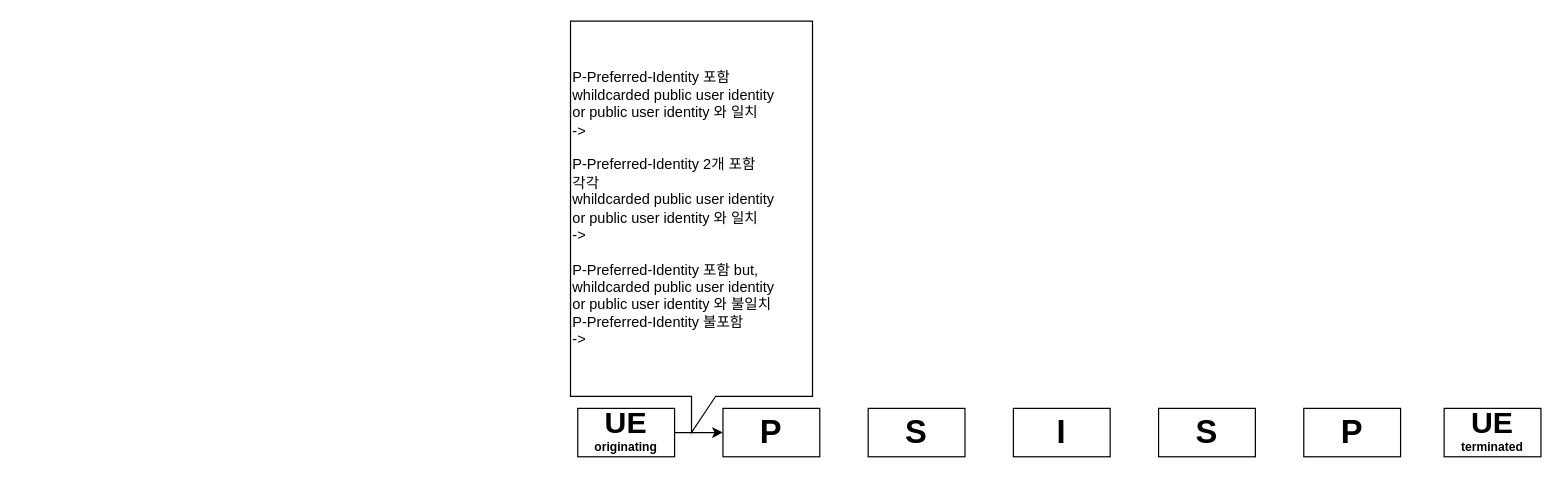
The draw.io diagram 3gpp.24.229.i40.drawio in JaeHyeon774/NEWTIL, before the edit. Source tidied: cells renumbered, new cells numbered last; positions are measured from the earlier drawing's top-left corner, leaving out a move shared by most shapes. Both pictures are drawn from the tidied source at 121%, with x=0, y=0 at pixel (570, 21).
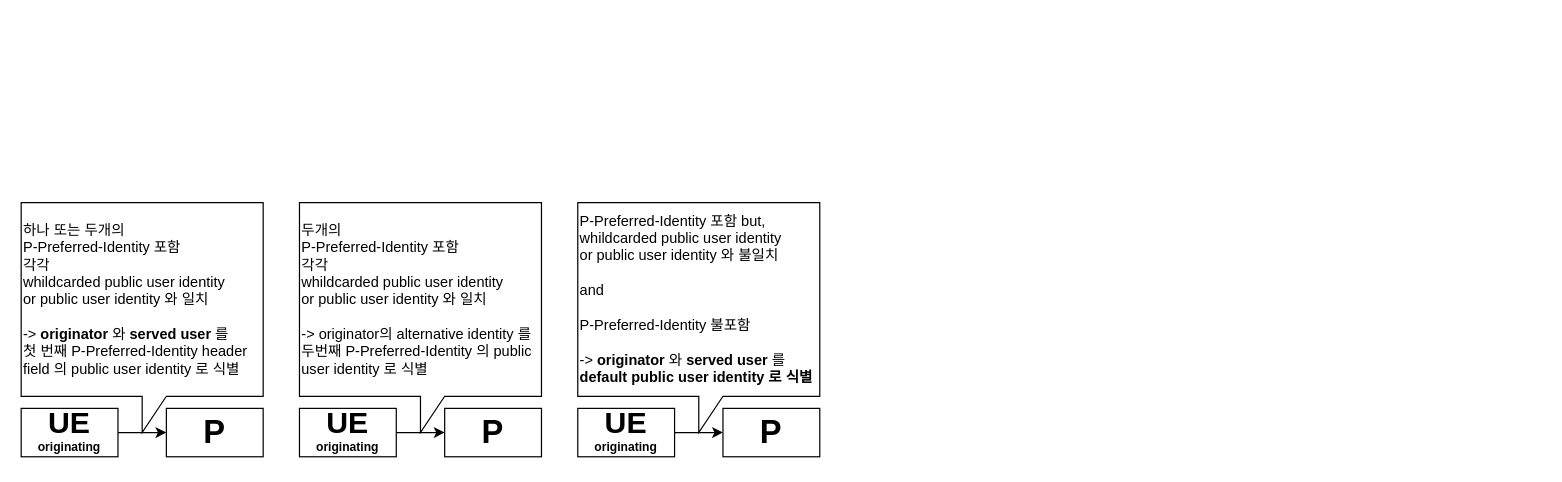
The same diagram, later.

Diff of the diagram source:
```diff
@@
 <mxGraphModel>
   <root>
     <mxCell id="0" />
     <mxCell id="1" parent="0" />
     <mxCell id="2" style="edgeStyle=orthogonalEdgeStyle;rounded=0;jettySize=auto;html=1;exitX=1;exitY=0.5;exitDx=0;exitDy=0;entryX=0;entryY=0.5;entryDx=0;entryDy=0;" parent="1" edge="1" source="3" target="4">
       <mxGeometry relative="1" as="geometry" />
     </mxCell>
     <mxCell id="3" value="&lt;font size=&quot;1&quot; style=&quot;&quot;&gt;&lt;b style=&quot;font-size: 25px;&quot;&gt;UE&lt;/b&gt;&lt;/font&gt;&lt;div&gt;&lt;font size=&quot;1&quot; style=&quot;&quot;&gt;&lt;b style=&quot;font-size: 12px;&quot;&gt;&lt;sup&gt;originating&lt;/sup&gt;&lt;/b&gt;&lt;/font&gt;&lt;/div&gt;" style="rounded=0;whiteSpace=wrap;html=1;" parent="1" vertex="1">
       <mxGeometry x="6" y="320" width="80" height="40" as="geometry" />
     </mxCell>
     <mxCell id="4" value="&lt;font style=&quot;font-size: 27px;&quot;&gt;&lt;b&gt;P&lt;/b&gt;&lt;/font&gt;" style="rounded=0;whiteSpace=wrap;html=1;" parent="1" vertex="1">
       <mxGeometry x="126" y="320" width="80" height="40" as="geometry" />
     </mxCell>
-    <mxCell id="5" value="&lt;font style=&quot;font-size: 27px;&quot;&gt;&lt;b&gt;S&lt;/b&gt;&lt;/font&gt;" style="rounded=0;whiteSpace=wrap;html=1;" parent="1" vertex="1">
-      <mxGeometry x="246" y="320" width="80" height="40" as="geometry" />
-    </mxCell>
-    <mxCell id="6" value="&lt;font style=&quot;font-size: 27px;&quot;&gt;&lt;b&gt;I&lt;/b&gt;&lt;/font&gt;" style="rounded=0;whiteSpace=wrap;html=1;" parent="1" vertex="1">
-      <mxGeometry x="366" y="320" width="80" height="40" as="geometry" />
-    </mxCell>
-    <mxCell id="7" value="&lt;font style=&quot;font-size: 27px;&quot;&gt;&lt;b&gt;S&lt;/b&gt;&lt;/font&gt;" style="rounded=0;whiteSpace=wrap;html=1;" parent="1" vertex="1">
-      <mxGeometry x="486" y="320" width="80" height="40" as="geometry" />
-    </mxCell>
-    <mxCell id="8" value="&lt;font style=&quot;font-size: 27px;&quot;&gt;&lt;b&gt;P&lt;/b&gt;&lt;/font&gt;" style="rounded=0;whiteSpace=wrap;html=1;" parent="1" vertex="1">
-      <mxGeometry x="606" y="320" width="80" height="40" as="geometry" />
-    </mxCell>
-    <mxCell id="9" value="&lt;b style=&quot;font-size: 25px;&quot;&gt;UE&lt;/b&gt;&lt;br&gt;&lt;b style=&quot;&quot;&gt;&lt;sup style=&quot;&quot;&gt;&lt;font style=&quot;font-size: 10px;&quot;&gt;terminated&lt;/font&gt;&lt;/sup&gt;&lt;/b&gt;" style="rounded=0;whiteSpace=wrap;html=1;" parent="1" vertex="1">
-      <mxGeometry x="722" y="320" width="80" height="40" as="geometry" />
-    </mxCell>
-    <mxCell id="10" value="P-Preferred-Identity 포함&lt;div&gt;&lt;div&gt;whildcarded public user identity&amp;nbsp;&lt;/div&gt;&lt;div&gt;or&amp;nbsp;&lt;span style=&quot;background-color: initial;&quot;&gt;public user identity&lt;/span&gt;&lt;span style=&quot;background-color: initial;&quot;&gt;&amp;nbsp;와 일치&amp;nbsp;&lt;/span&gt;&lt;/div&gt;&lt;div&gt;&lt;span style=&quot;background-color: initial;&quot;&gt;-&amp;gt;&amp;nbsp;&lt;/span&gt;&lt;/div&gt;&lt;div&gt;&lt;br&gt;&lt;/div&gt;&lt;div&gt;P-Preferred-Identity 2개 포함&lt;div&gt;&lt;div&gt;각각 &lt;br&gt;whildcarded public user identity&amp;nbsp;&lt;/div&gt;&lt;div&gt;or&amp;nbsp;&lt;span style=&quot;background-color: initial;&quot;&gt;public user identity&lt;/span&gt;&lt;span style=&quot;background-color: initial;&quot;&gt;&amp;nbsp;와 일치&lt;/span&gt;&lt;/div&gt;&lt;/div&gt;&lt;/div&gt;&lt;div&gt;-&amp;gt;&amp;nbsp;&lt;/div&gt;&lt;div&gt;&lt;br&gt;&lt;div&gt;P-Preferred-Identity 포함 but, whildcarded public user identity&amp;nbsp;&lt;/div&gt;&lt;div&gt;or&amp;nbsp;&lt;span style=&quot;background-color: initial;&quot;&gt;public user identity&lt;/span&gt;&lt;span style=&quot;background-color: initial;&quot;&gt;&amp;nbsp;와 불일치&amp;nbsp;&lt;/span&gt;&lt;/div&gt;&lt;div&gt;P-Preferred-Identity 불포함&lt;/div&gt;&lt;/div&gt;&lt;/div&gt;&lt;div&gt;-&amp;gt;&amp;nbsp;&lt;/div&gt;" style="shape=callout;whiteSpace=wrap;html=1;perimeter=calloutPerimeter;align=left;" parent="1" vertex="1">
-      <mxGeometry width="200" height="340" as="geometry" />
+    <mxCell id="10" value="&lt;div&gt;&lt;div&gt;&lt;div&gt;P-Preferred-Identity 포함 but, whildcarded public user identity&amp;nbsp;&lt;/div&gt;&lt;div&gt;or&amp;nbsp;&lt;span style=&quot;background-color: initial;&quot;&gt;public user identity&lt;/span&gt;&lt;span style=&quot;background-color: initial;&quot;&gt;&amp;nbsp;와 불일치&amp;nbsp;&lt;/span&gt;&lt;/div&gt;&lt;div&gt;&lt;br&gt;&lt;/div&gt;&lt;div&gt;and&lt;br&gt;&lt;br&gt;&lt;/div&gt;&lt;div&gt;P-Preferred-Identity 불포함&lt;/div&gt;&lt;/div&gt;&lt;/div&gt;&lt;div&gt;&lt;br&gt;&lt;/div&gt;&lt;div&gt;-&amp;gt;&amp;nbsp;&lt;strong style=&quot;background-color: initial;&quot;&gt;originator&lt;/strong&gt;&lt;span style=&quot;background-color: initial;&quot;&gt; 와 &lt;/span&gt;&lt;strong style=&quot;background-color: initial;&quot;&gt;served user&lt;/strong&gt;&lt;span style=&quot;background-color: initial;&quot;&gt; 를 &lt;/span&gt;&lt;strong style=&quot;background-color: initial;&quot;&gt;default public user identity 로 식별&lt;/strong&gt;&lt;/div&gt;" style="shape=callout;whiteSpace=wrap;html=1;perimeter=calloutPerimeter;align=left;" parent="1" vertex="1">
+      <mxGeometry x="6" y="150" width="200" height="190" as="geometry" />
     </mxCell>
+    <mxCell id="11" style="edgeStyle=orthogonalEdgeStyle;rounded=0;jettySize=auto;html=1;exitX=1;exitY=0.5;exitDx=0;exitDy=0;entryX=0;entryY=0.5;entryDx=0;entryDy=0;" parent="1" edge="1" source="12" target="13">
+      <mxGeometry relative="1" as="geometry" />
+    </mxCell>
+    <mxCell id="12" value="&lt;font size=&quot;1&quot; style=&quot;&quot;&gt;&lt;b style=&quot;font-size: 25px;&quot;&gt;UE&lt;/b&gt;&lt;/font&gt;&lt;div&gt;&lt;font size=&quot;1&quot; style=&quot;&quot;&gt;&lt;b style=&quot;font-size: 12px;&quot;&gt;&lt;sup&gt;originating&lt;/sup&gt;&lt;/b&gt;&lt;/font&gt;&lt;/div&gt;" style="rounded=0;whiteSpace=wrap;html=1;" parent="1" vertex="1">
+      <mxGeometry x="-224" y="320" width="80" height="40" as="geometry" />
+    </mxCell>
+    <mxCell id="13" value="&lt;font style=&quot;font-size: 27px;&quot;&gt;&lt;b&gt;P&lt;/b&gt;&lt;/font&gt;" style="rounded=0;whiteSpace=wrap;html=1;" parent="1" vertex="1">
+      <mxGeometry x="-104" y="320" width="80" height="40" as="geometry" />
+    </mxCell>
+    <mxCell id="14" style="edgeStyle=orthogonalEdgeStyle;rounded=0;jettySize=auto;html=1;exitX=1;exitY=0.5;exitDx=0;exitDy=0;entryX=0;entryY=0.5;entryDx=0;entryDy=0;" parent="1" edge="1" source="15" target="16">
+      <mxGeometry relative="1" as="geometry" />
+    </mxCell>
+    <mxCell id="15" value="&lt;font size=&quot;1&quot; style=&quot;&quot;&gt;&lt;b style=&quot;font-size: 25px;&quot;&gt;UE&lt;/b&gt;&lt;/font&gt;&lt;div&gt;&lt;font size=&quot;1&quot; style=&quot;&quot;&gt;&lt;b style=&quot;font-size: 12px;&quot;&gt;&lt;sup&gt;originating&lt;/sup&gt;&lt;/b&gt;&lt;/font&gt;&lt;/div&gt;" style="rounded=0;whiteSpace=wrap;html=1;" parent="1" vertex="1">
+      <mxGeometry x="-454" y="320" width="80" height="40" as="geometry" />
+    </mxCell>
+    <mxCell id="16" value="&lt;font style=&quot;font-size: 27px;&quot;&gt;&lt;b&gt;P&lt;/b&gt;&lt;/font&gt;" style="rounded=0;whiteSpace=wrap;html=1;" parent="1" vertex="1">
+      <mxGeometry x="-334" y="320" width="80" height="40" as="geometry" />
+    </mxCell>
+    <mxCell id="17" value="&lt;div&gt;두개의&lt;/div&gt;&lt;div&gt;&lt;span style=&quot;background-color: initial;&quot;&gt;P-Preferred-Identity 포함&lt;/span&gt;&lt;br&gt;&lt;/div&gt;&lt;div&gt;&lt;div&gt;&lt;div&gt;각각 &lt;br&gt;whildcarded public user identity&amp;nbsp;&lt;/div&gt;&lt;div&gt;or&amp;nbsp;&lt;span style=&quot;background-color: initial;&quot;&gt;public user identity&lt;/span&gt;&lt;span style=&quot;background-color: initial;&quot;&gt;&amp;nbsp;와 일치&lt;/span&gt;&lt;/div&gt;&lt;/div&gt;&lt;/div&gt;&lt;div&gt;&lt;br&gt;&lt;/div&gt;&lt;div&gt;-&amp;gt; originator의 alternative identity 를 두번째 P-Preferred-Identity 의 public user identity 로 식별&lt;/div&gt;&lt;div&gt;&lt;/div&gt;" style="shape=callout;whiteSpace=wrap;html=1;perimeter=calloutPerimeter;align=left;" parent="1" vertex="1">
+      <mxGeometry x="-224" y="150" width="200" height="190" as="geometry" />
+    </mxCell>
+    <mxCell id="18" value="하나 또는 두개의 &lt;br&gt;P-Preferred-Identity 포함&lt;div&gt;&lt;div&gt;각각&lt;/div&gt;&lt;div&gt;whildcarded public user identity&amp;nbsp;&lt;/div&gt;&lt;div&gt;or&amp;nbsp;&lt;span style=&quot;background-color: initial;&quot;&gt;public user identity&lt;/span&gt;&lt;span style=&quot;background-color: initial;&quot;&gt;&amp;nbsp;와 일치&amp;nbsp;&lt;/span&gt;&lt;/div&gt;&lt;div&gt;&lt;span style=&quot;background-color: initial;&quot;&gt;&lt;br&gt;&lt;/span&gt;&lt;/div&gt;&lt;div&gt;&lt;span style=&quot;background-color: initial;&quot;&gt;-&amp;gt;&amp;nbsp;&lt;/span&gt;&lt;strong style=&quot;background-color: initial;&quot;&gt;originator&lt;/strong&gt;&lt;span style=&quot;background-color: initial;&quot;&gt;&amp;nbsp;와&amp;nbsp;&lt;/span&gt;&lt;strong style=&quot;background-color: initial;&quot;&gt;served user&lt;/strong&gt;&lt;span style=&quot;background-color: initial;&quot;&gt;&amp;nbsp;를&amp;nbsp;&lt;/span&gt;&lt;/div&gt;&lt;span style=&quot;background-color: initial;&quot;&gt;첫 번째 P-Preferred-Identity header field 의 public user identity 로 식별&lt;/span&gt;&lt;/div&gt;" style="shape=callout;whiteSpace=wrap;html=1;perimeter=calloutPerimeter;align=left;" parent="1" vertex="1">
+      <mxGeometry x="-454" y="150" width="200" height="190" as="geometry" />
+    </mxCell>
   </root>
 </mxGraphModel>
```
